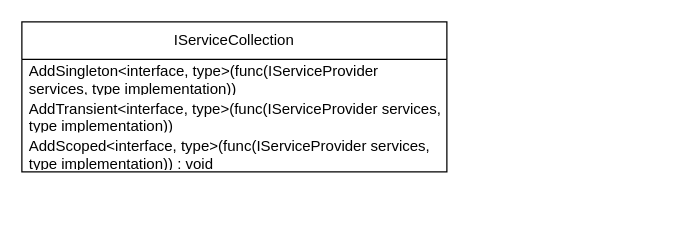
Before: oop course/draws/design patterns/DependencyInjection.drawio in roei910/my-stocks, a draw.io diagram. Source tidied: cells renumbered, new cells numbered last; positions are measured from the earlier drawing's top-left corner, leaving out a move shared by most shapes. Both pictures are drawn from the tidied source at 125%, with x=0, y=0 at pixel (21, 21).
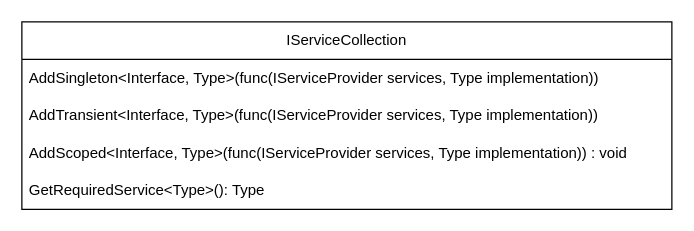
After the change.

Change to the diagram source:
```diff
@@
 <mxGraphModel>
   <root>
     <mxCell id="0" />
     <mxCell id="1" parent="0" />
     <mxCell id="2" value="IServiceCollection" style="swimlane;fontStyle=0;horizontal=1;startSize=30;whiteSpace=wrap;html=1;" parent="1" vertex="1">
-      <mxGeometry width="340" height="120" as="geometry" />
+      <mxGeometry width="520" height="150" as="geometry" />
     </mxCell>
-    <mxCell id="3" value="AddSingleton&amp;lt;interface, type&amp;gt;(func(IServiceProvider services, type implementation))" style="text;strokeColor=none;fillColor=none;align=left;verticalAlign=middle;spacingLeft=4;spacingRight=4;overflow=hidden;whiteSpace=wrap;html=1;" parent="2" vertex="1">
-      <mxGeometry y="30" width="340" height="30" as="geometry" />
+    <mxCell id="3" value="AddSingleton&amp;lt;Interface, Type&amp;gt;(func(IServiceProvider services, Type implementation))" style="text;strokeColor=none;fillColor=none;align=left;verticalAlign=middle;spacingLeft=4;spacingRight=4;overflow=hidden;whiteSpace=wrap;html=1;" parent="2" vertex="1">
+      <mxGeometry y="30" width="520" height="30" as="geometry" />
     </mxCell>
-    <mxCell id="4" value="AddTransient&amp;lt;interface, type&amp;gt;(func(IServiceProvider services, type implementation))" style="text;strokeColor=none;fillColor=none;align=left;verticalAlign=middle;spacingLeft=4;spacingRight=4;overflow=hidden;whiteSpace=wrap;html=1;" parent="2" vertex="1">
-      <mxGeometry y="60" width="340" height="30" as="geometry" />
+    <mxCell id="4" value="AddTransient&amp;lt;Interface, Type&amp;gt;(func(IServiceProvider services, Type implementation))" style="text;strokeColor=none;fillColor=none;align=left;verticalAlign=middle;spacingLeft=4;spacingRight=4;overflow=hidden;whiteSpace=wrap;html=1;" parent="2" vertex="1">
+      <mxGeometry y="60" width="520" height="30" as="geometry" />
     </mxCell>
-    <mxCell id="5" value="AddScoped&amp;lt;interface, type&amp;gt;(func(IServiceProvider services, type implementation)) : void" style="text;strokeColor=none;fillColor=none;align=left;verticalAlign=middle;spacingLeft=4;spacingRight=4;overflow=hidden;whiteSpace=wrap;html=1;" parent="2" vertex="1">
-      <mxGeometry y="90" width="340" height="30" as="geometry" />
+    <mxCell id="5" value="AddScoped&amp;lt;Interface, Type&amp;gt;(func(IServiceProvider services, Type implementation)) : void" style="text;strokeColor=none;fillColor=none;align=left;verticalAlign=middle;spacingLeft=4;spacingRight=4;overflow=hidden;whiteSpace=wrap;html=1;" parent="2" vertex="1">
+      <mxGeometry y="90" width="520" height="30" as="geometry" />
     </mxCell>
+    <mxCell id="6" value="GetRequiredService&amp;lt;Type&amp;gt;(): Type" style="text;strokeColor=none;fillColor=none;align=left;verticalAlign=middle;spacingLeft=4;spacingRight=4;overflow=hidden;whiteSpace=wrap;html=1;" parent="2" vertex="1">
+      <mxGeometry y="120" width="520" height="30" as="geometry" />
+    </mxCell>
   </root>
 </mxGraphModel>
```
